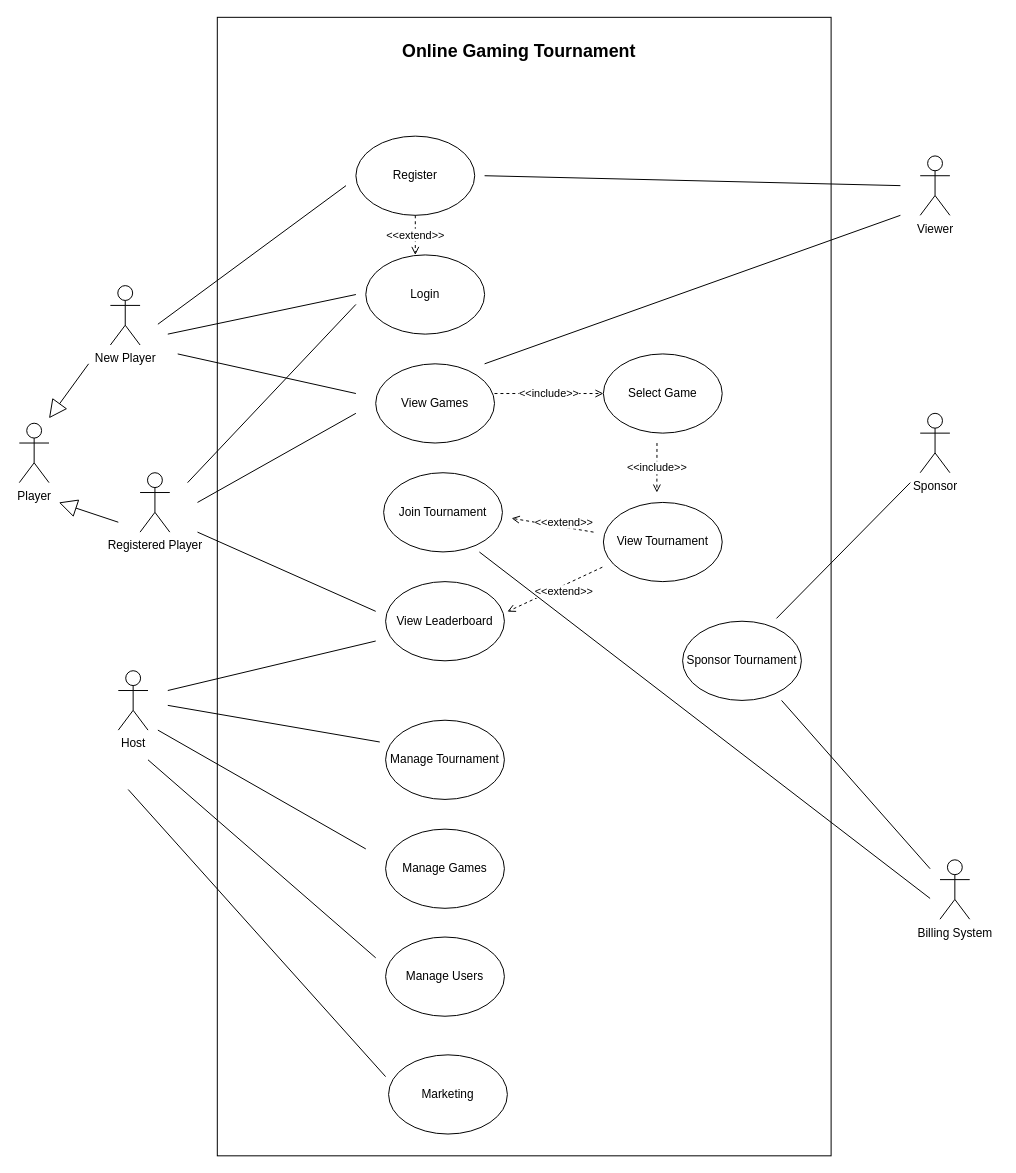
Before: GD_CW1.drawio in Tanvi-Ambre/Python, a draw.io diagram. Source tidied: cells renumbered, new cells numbered last; positions are measured from the earlier drawing's top-left corner, leaving out a move shared by most shapes. Both pictures are drawn from the tidied source at 99%, with x=0, y=0 at pixel (19, 17).
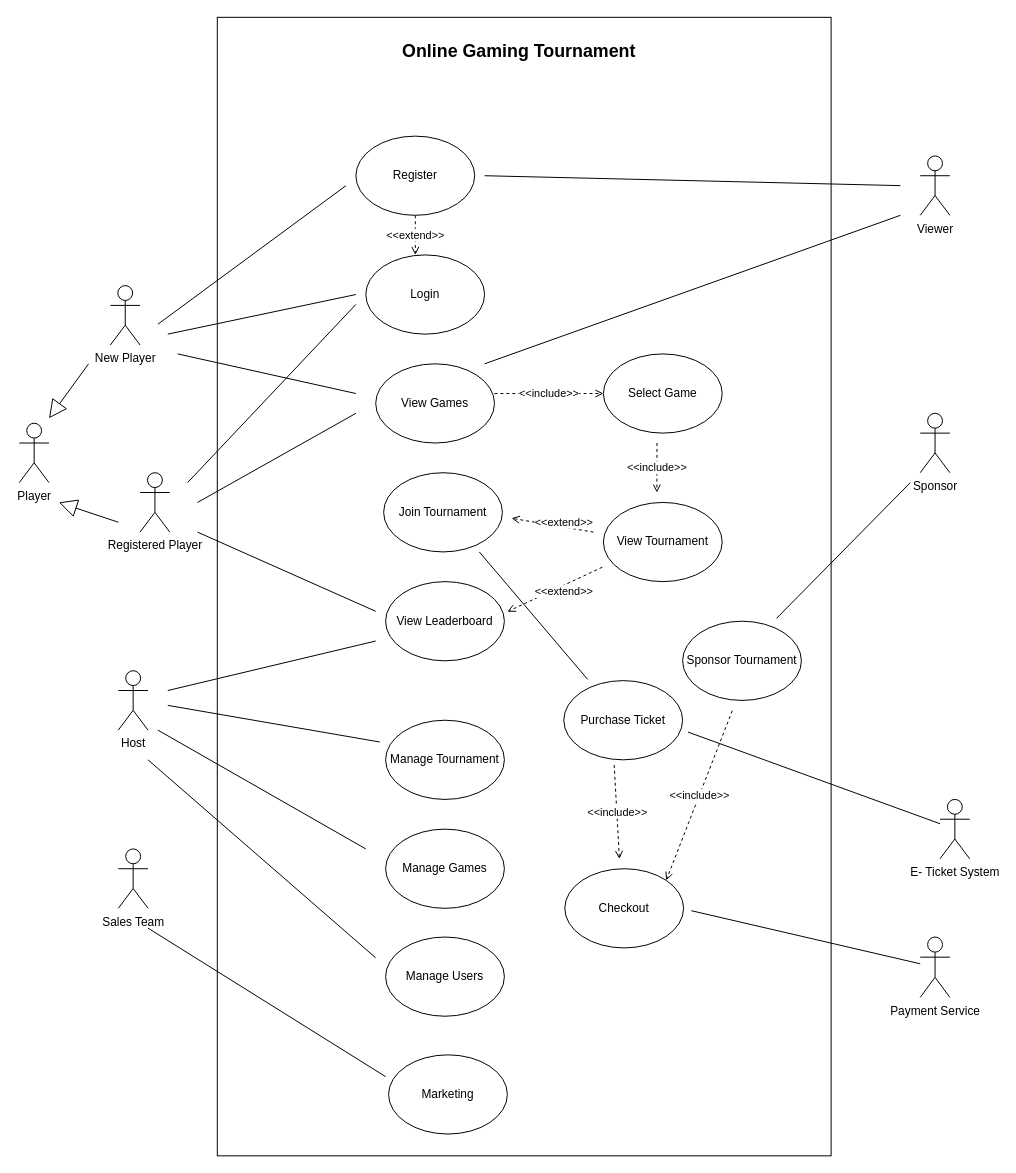
Above is the later version.

The change refers to these unchanged cells:
```xml
<mxCell id="2" style="rounded=0;whiteSpace=wrap;html=1;" parent="1" vertex="1">
  <mxGeometry x="200" width="620" height="1150" as="geometry" />
</mxCell>
<mxCell id="13" value="Sponsor Tournament" style="ellipse;whiteSpace=wrap;html=1;strokeWidth=1;" parent="1" vertex="1">
  <mxGeometry x="670" y="610" width="120" height="80" as="geometry" />
</mxCell>
<mxCell id="31" value="Join Tournament" style="ellipse;whiteSpace=wrap;html=1;strokeWidth=1;" parent="1" vertex="1">
  <mxGeometry x="368" y="460" width="120" height="80" as="geometry" />
</mxCell>
```

Diff of the diagram source:
```diff
@@
     <mxCell id="29" style="endArrow=none;html=1;rounded=0;" parent="1" edge="1">
       <mxGeometry relative="1" as="geometry">
-        <mxPoint x="110" y="780" as="sourcePoint" />
+        <mxPoint x="130" y="920" as="sourcePoint" />
         <mxPoint x="370" y="1070" as="targetPoint" />
       </mxGeometry>
     </mxCell>
@@
-    <mxCell id="42" value="Billing System" style="shape=umlActor;verticalLabelPosition=bottom;verticalAlign=top;html=1;outlineConnect=0;" parent="1" vertex="1">
-      <mxGeometry x="930" y="851" width="30" height="60" as="geometry" />
+    <mxCell id="42" value="E- Ticket System" style="shape=umlActor;verticalLabelPosition=bottom;verticalAlign=top;html=1;outlineConnect=0;" parent="1" vertex="1">
+      <mxGeometry x="930" y="790" width="30" height="60" as="geometry" />
     </mxCell>
-    <mxCell id="43" style="endArrow=none;html=1;rounded=0;exitX=0.806;exitY=1.001;exitDx=0;exitDy=0;exitPerimeter=0;" parent="1" edge="1" source="31">
-      <mxGeometry relative="1" as="geometry">
-        <mxPoint x="920" y="890" as="targetPoint" />
-      </mxGeometry>
+    <mxCell id="43" style="endArrow=none;html=1;rounded=0;exitX=0.806;exitY=1.001;exitDx=0;exitDy=0;exitPerimeter=0;entryX=0.201;entryY=-0.015;entryDx=0;entryDy=0;entryPerimeter=0;" parent="1" edge="1" source="31" target="47">
+      <mxGeometry relative="1" as="geometry" />
     </mxCell>
-    <mxCell id="44" style="endArrow=none;html=1;rounded=0;exitX=0.833;exitY=1;exitDx=0;exitDy=0;exitPerimeter=0;" parent="1" edge="1" source="13">
-      <mxGeometry relative="1" as="geometry">
-        <mxPoint x="920" y="860" as="targetPoint" />
-      </mxGeometry>
-    </mxCell>
@@
+    <mxCell id="46" value="Sales Team" style="shape=umlActor;verticalLabelPosition=bottom;verticalAlign=top;html=1;" parent="1" vertex="1">
+      <mxGeometry x="100" y="840" width="30" height="60" as="geometry" />
+    </mxCell>
+    <mxCell id="47" value="Purchase Ticket" style="ellipse;whiteSpace=wrap;html=1;strokeWidth=1;" parent="1" vertex="1">
+      <mxGeometry x="550" y="670" width="120" height="80" as="geometry" />
+    </mxCell>
+    <mxCell id="48" value="Checkout" style="ellipse;whiteSpace=wrap;html=1;strokeWidth=1;" parent="1" vertex="1">
+      <mxGeometry x="551" y="860" width="120" height="80" as="geometry" />
+    </mxCell>
+    <mxCell id="49" style="endArrow=none;html=1;rounded=0;exitX=0.806;exitY=1.001;exitDx=0;exitDy=0;exitPerimeter=0;" parent="1" edge="1" target="42">
+      <mxGeometry relative="1" as="geometry">
+        <mxPoint x="675.5" y="722" as="sourcePoint" />
+      </mxGeometry>
+    </mxCell>
+    <mxCell id="50" value="&amp;lt;&amp;lt;include&amp;gt;&amp;gt;" style="endArrow=open;dashed=1;html=1;endFill=0;rounded=0;entryX=0.46;entryY=-0.123;entryDx=0;entryDy=0;entryPerimeter=0;exitX=0.424;exitY=1.065;exitDx=0;exitDy=0;exitPerimeter=0;" parent="1" edge="1" source="47" target="48">
+      <mxGeometry relative="1" as="geometry" />
+    </mxCell>
+    <mxCell id="51" value="Payment Service" style="shape=umlActor;verticalLabelPosition=bottom;verticalAlign=top;html=1;outlineConnect=0;" parent="1" vertex="1">
+      <mxGeometry x="910" y="929" width="30" height="61" as="geometry" />
+    </mxCell>
+    <mxCell id="52" style="endArrow=none;html=1;rounded=0;exitX=1.065;exitY=0.53;exitDx=0;exitDy=0;exitPerimeter=0;" parent="1" edge="1" source="48" target="51">
+      <mxGeometry relative="1" as="geometry" />
+    </mxCell>
+    <mxCell id="53" value="&amp;lt;&amp;lt;include&amp;gt;&amp;gt;" style="endArrow=open;dashed=1;html=1;endFill=0;rounded=0;exitX=0.839;exitY=0.609;exitDx=0;exitDy=0;exitPerimeter=0;entryX=1;entryY=0;entryDx=0;entryDy=0;" parent="1" edge="1" source="2" target="48">
+      <mxGeometry relative="1" as="geometry" />
+    </mxCell>
```
